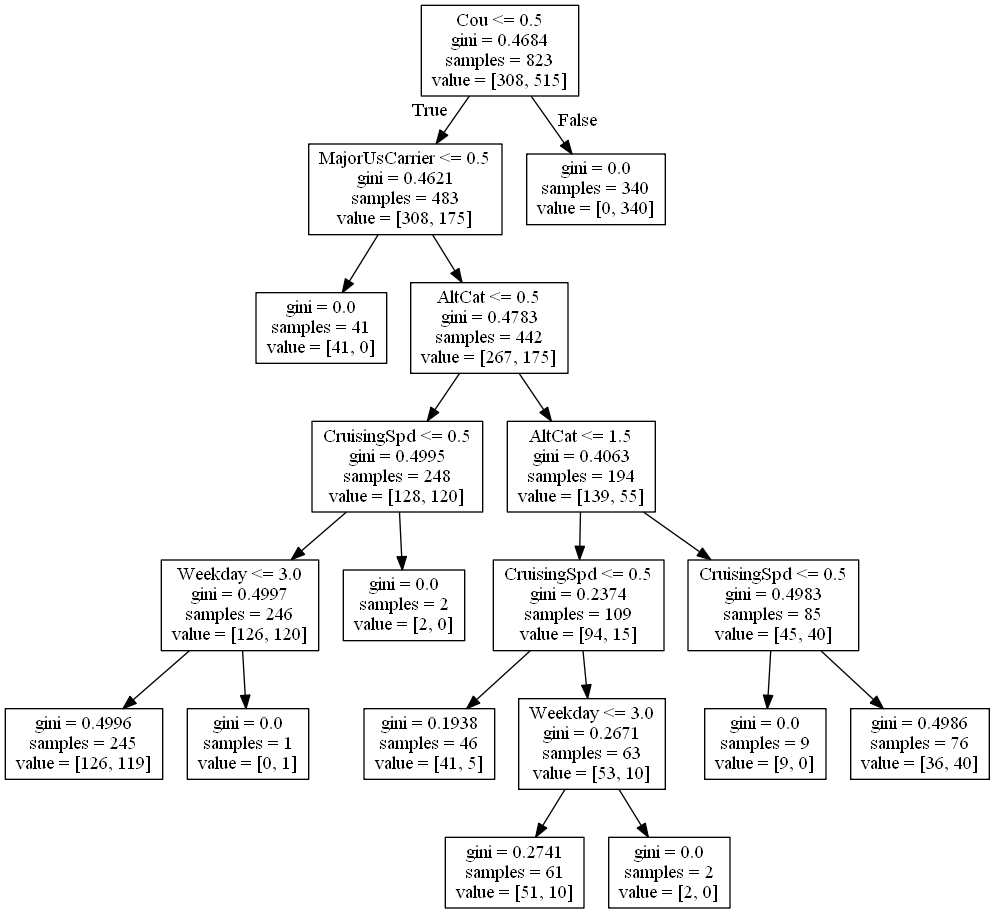
The Graphviz diagram Dots/gini_model_6.png in RobLFord/FlightClassification, before a commit. Its source is kept beside it as Dots/gini_model_6.dot.
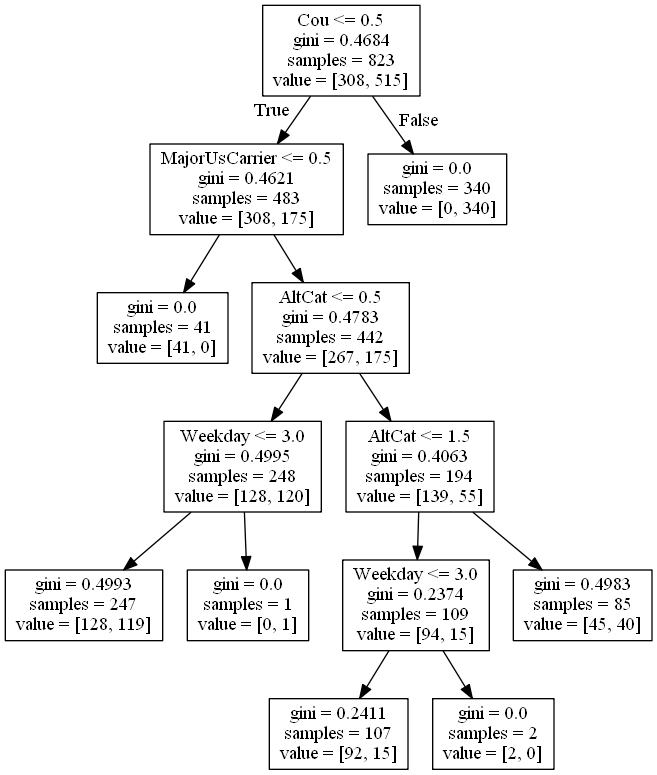
Later version of the same file.

The edit, as a diff of the source:
```diff
@@ -7,34 +7,22 @@
 1 -> 2 ;
 3 [label="AltCat <= 0.5\ngini = 0.4783\nsamples = 442\nvalue = [267, 175]"] ;
 1 -> 3 ;
-4 [label="CruisingSpd <= 0.5\ngini = 0.4995\nsamples = 248\nvalue = [128, 120]"] ;
+4 [label="Weekday <= 3.0\ngini = 0.4995\nsamples = 248\nvalue = [128, 120]"] ;
 3 -> 4 ;
-5 [label="Weekday <= 3.0\ngini = 0.4997\nsamples = 246\nvalue = [126, 120]"] ;
+5 [label="gini = 0.4993\nsamples = 247\nvalue = [128, 119]"] ;
 4 -> 5 ;
-6 [label="gini = 0.4996\nsamples = 245\nvalue = [126, 119]"] ;
-5 -> 6 ;
-7 [label="gini = 0.0\nsamples = 1\nvalue = [0, 1]"] ;
-5 -> 7 ;
-8 [label="gini = 0.0\nsamples = 2\nvalue = [2, 0]"] ;
-4 -> 8 ;
-9 [label="AltCat <= 1.5\ngini = 0.4063\nsamples = 194\nvalue = [139, 55]"] ;
-3 -> 9 ;
-10 [label="CruisingSpd <= 0.5\ngini = 0.2374\nsamples = 109\nvalue = [94, 15]"] ;
-9 -> 10 ;
-11 [label="gini = 0.1938\nsamples = 46\nvalue = [41, 5]"] ;
-10 -> 11 ;
-12 [label="Weekday <= 3.0\ngini = 0.2671\nsamples = 63\nvalue = [53, 10]"] ;
-10 -> 12 ;
-13 [label="gini = 0.2741\nsamples = 61\nvalue = [51, 10]"] ;
-12 -> 13 ;
-14 [label="gini = 0.0\nsamples = 2\nvalue = [2, 0]"] ;
-12 -> 14 ;
-15 [label="CruisingSpd <= 0.5\ngini = 0.4983\nsamples = 85\nvalue = [45, 40]"] ;
-9 -> 15 ;
-16 [label="gini = 0.0\nsamples = 9\nvalue = [9, 0]"] ;
-15 -> 16 ;
-17 [label="gini = 0.4986\nsamples = 76\nvalue = [36, 40]"] ;
-15 -> 17 ;
-18 [label="gini = 0.0\nsamples = 340\nvalue = [0, 340]"] ;
-0 -> 18 [labeldistance=2.5, labelangle=-45, headlabel="False"] ;
+6 [label="gini = 0.0\nsamples = 1\nvalue = [0, 1]"] ;
+4 -> 6 ;
+7 [label="AltCat <= 1.5\ngini = 0.4063\nsamples = 194\nvalue = [139, 55]"] ;
+3 -> 7 ;
+8 [label="Weekday <= 3.0\ngini = 0.2374\nsamples = 109\nvalue = [94, 15]"] ;
+7 -> 8 ;
+9 [label="gini = 0.2411\nsamples = 107\nvalue = [92, 15]"] ;
+8 -> 9 ;
+10 [label="gini = 0.0\nsamples = 2\nvalue = [2, 0]"] ;
+8 -> 10 ;
+11 [label="gini = 0.4983\nsamples = 85\nvalue = [45, 40]"] ;
+7 -> 11 ;
+12 [label="gini = 0.0\nsamples = 340\nvalue = [0, 340]"] ;
+0 -> 12 [labeldistance=2.5, labelangle=-45, headlabel="False"] ;
 }
```
